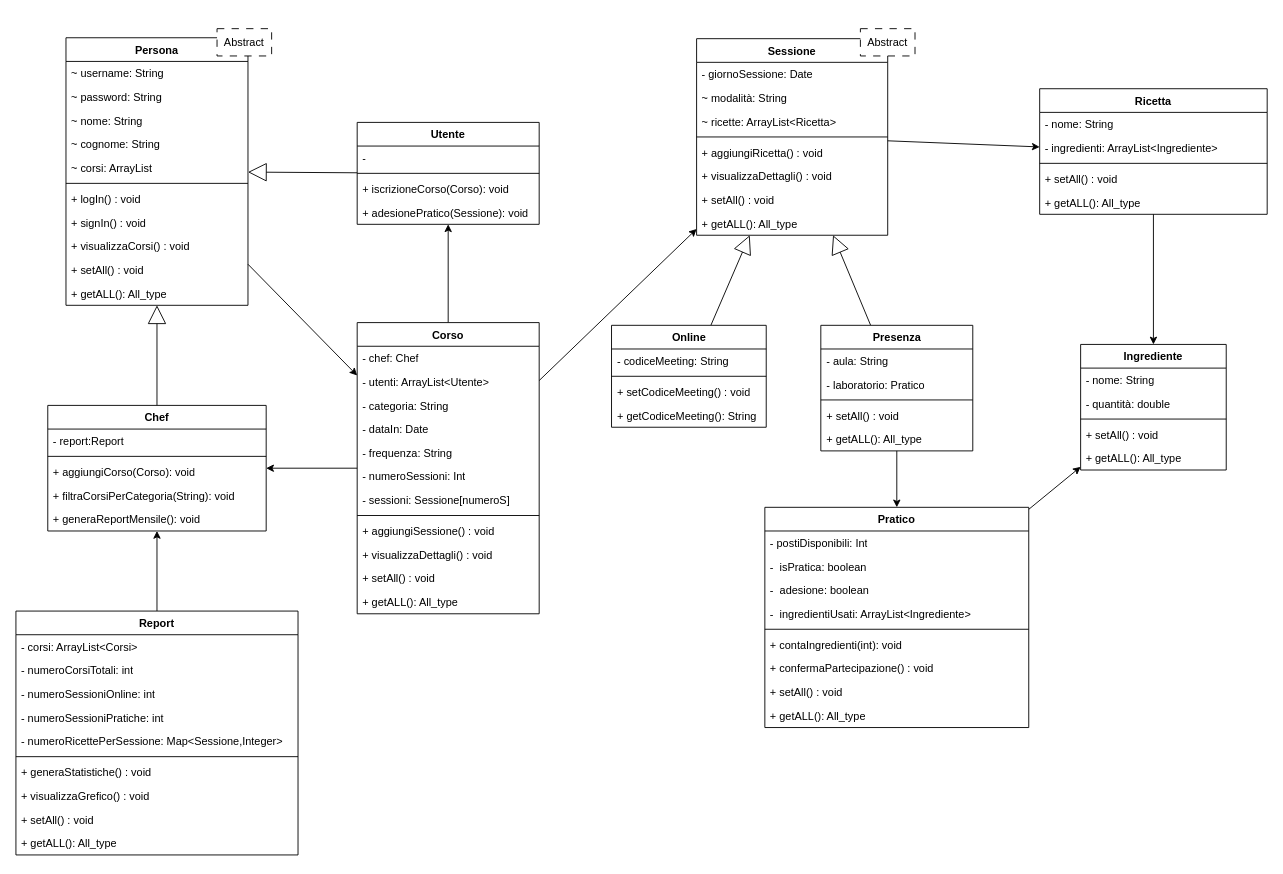
Earlier version of the draw.io diagram obj/uml/UML1.drawio (MetisWastaken/UninaFoodLab). Source tidied: cells renumbered, new cells numbered last; positions are measured from the earlier drawing's top-left corner, leaving out a move shared by most shapes. Both pictures are drawn from the tidied source at 91%, with x=0, y=0 at pixel (15, 28).
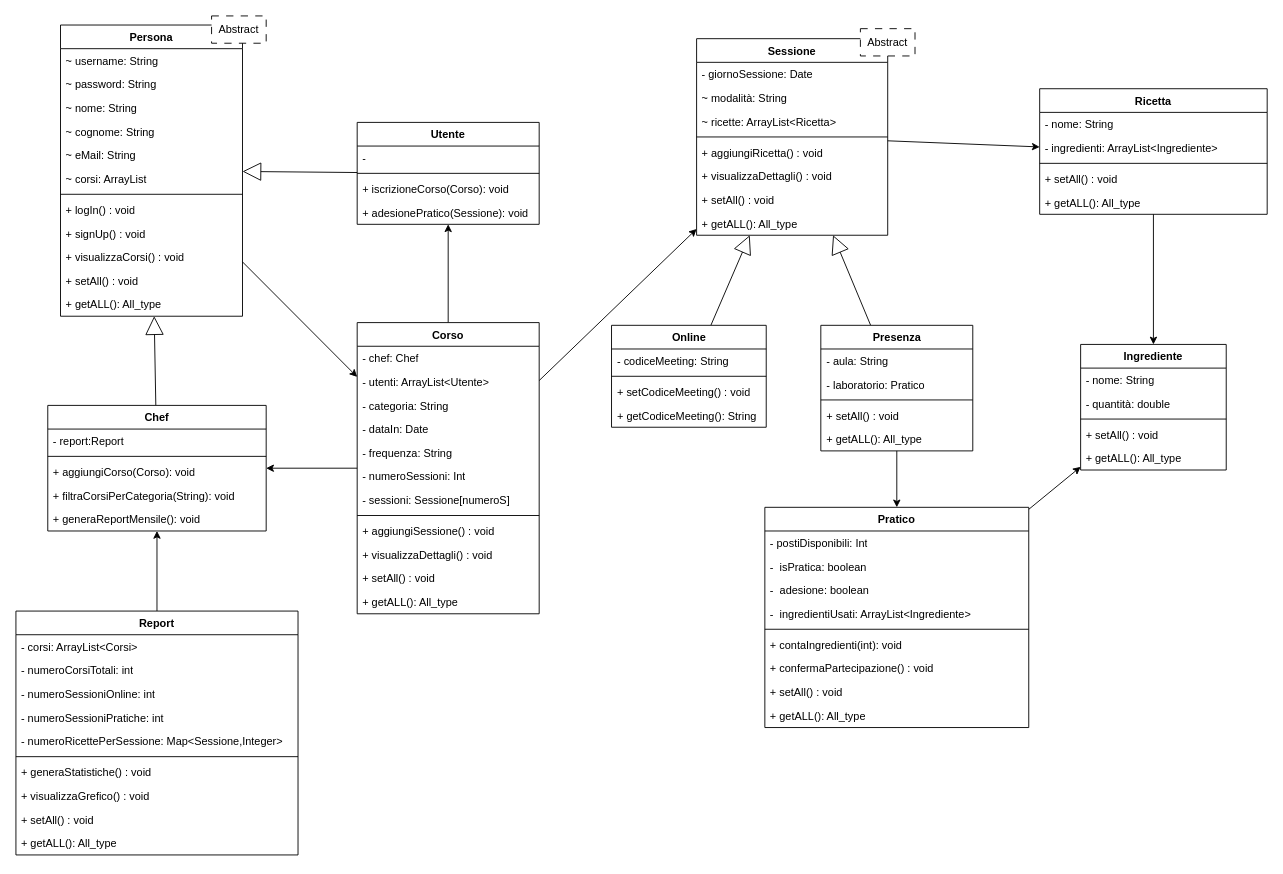
The same page after the edit.

Diff of the diagram source:
```diff
@@
     <mxCell id="19" value="Persona" style="swimlane;align=center;verticalAlign=top;horizontal=1;startSize=26;whiteSpace=wrap;html=1;" parent="1" vertex="1">
-      <mxGeometry x="55" y="10" width="200" height="294" as="geometry" />
+      <mxGeometry x="49" y="-4" width="200" height="320" as="geometry" />
     </mxCell>
@@
+    <mxCell id="106" value="~&amp;nbsp;eMail: String" style="text;strokeColor=none;fillColor=none;align=left;verticalAlign=top;spacingLeft=4;spacingRight=4;overflow=hidden;whiteSpace=wrap;html=1;" parent="19" vertex="1">
+      <mxGeometry y="130" width="200" height="26" as="geometry" />
+    </mxCell>
     <mxCell id="24" value="~ corsi: ArrayList" style="text;strokeColor=none;fillColor=none;align=left;verticalAlign=top;spacingLeft=4;spacingRight=4;overflow=hidden;whiteSpace=wrap;html=1;" parent="19" vertex="1">
-      <mxGeometry y="130" width="200" height="26" as="geometry" />
+      <mxGeometry y="156" width="200" height="26" as="geometry" />
     </mxCell>
     <mxCell id="25" style="line;strokeWidth=1;fillColor=none;align=left;verticalAlign=middle;spacingTop=-1;spacingLeft=3;spacingRight=3;labelPosition=right;strokeColor=inherit;" parent="19" vertex="1">
-      <mxGeometry y="156" width="200" height="8" as="geometry" />
+      <mxGeometry y="182" width="200" height="8" as="geometry" />
     </mxCell>
     <mxCell id="26" value="+ logIn() : void" style="text;strokeColor=none;fillColor=none;align=left;verticalAlign=top;spacingLeft=4;spacingRight=4;overflow=hidden;whiteSpace=wrap;html=1;" parent="19" vertex="1">
-      <mxGeometry y="164" width="200" height="26" as="geometry" />
+      <mxGeometry y="190" width="200" height="26" as="geometry" />
     </mxCell>
-    <mxCell id="27" value="+ signIn() : void" style="text;strokeColor=none;fillColor=none;align=left;verticalAlign=top;spacingLeft=4;spacingRight=4;overflow=hidden;whiteSpace=wrap;html=1;" parent="19" vertex="1">
-      <mxGeometry y="190" width="200" height="26" as="geometry" />
+    <mxCell id="27" value="+ signUp() : void" style="text;strokeColor=none;fillColor=none;align=left;verticalAlign=top;spacingLeft=4;spacingRight=4;overflow=hidden;whiteSpace=wrap;html=1;" parent="19" vertex="1">
+      <mxGeometry y="216" width="200" height="26" as="geometry" />
     </mxCell>
     <mxCell id="28" value="+ visualizzaCorsi() : void" style="text;strokeColor=none;fillColor=none;align=left;verticalAlign=top;spacingLeft=4;spacingRight=4;overflow=hidden;whiteSpace=wrap;html=1;" parent="19" vertex="1">
-      <mxGeometry y="216" width="200" height="26" as="geometry" />
+      <mxGeometry y="242" width="200" height="26" as="geometry" />
     </mxCell>
     <mxCell id="29" value="+ setAll() : void" style="text;strokeColor=none;fillColor=none;align=left;verticalAlign=top;spacingLeft=4;spacingRight=4;overflow=hidden;whiteSpace=wrap;html=1;" parent="19" vertex="1">
-      <mxGeometry y="242" width="200" height="26" as="geometry" />
+      <mxGeometry y="268" width="200" height="26" as="geometry" />
     </mxCell>
     <mxCell id="30" value="+ getALL(): All_type" style="text;strokeColor=none;fillColor=none;align=left;verticalAlign=top;spacingLeft=4;spacingRight=4;overflow=hidden;whiteSpace=wrap;html=1;" parent="19" vertex="1">
-      <mxGeometry y="268" width="200" height="26" as="geometry" />
+      <mxGeometry y="294" width="200" height="26" as="geometry" />
     </mxCell>
@@
     <mxCell id="74" value="Abstract" style="text;html=1;align=center;verticalAlign=middle;whiteSpace=wrap;rounded=0;strokeColor=default;dashed=1;dashPattern=8 8;fillColor=default;" parent="1" vertex="1">
-      <mxGeometry x="221" width="60" height="30" as="geometry" />
+      <mxGeometry x="215" y="-14" width="60" height="30" as="geometry" />
     </mxCell>
```
